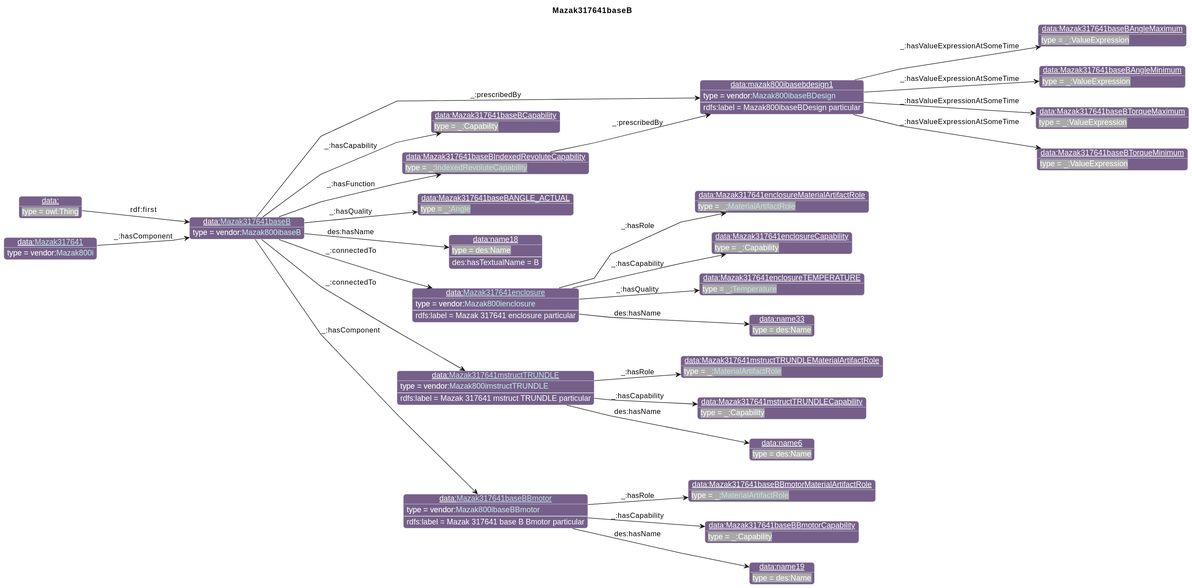
Before: diagrams/Mazak317641baseB.svg, a diagram exported from PlantUML (iofoundry/example-syseng-mtconnect).
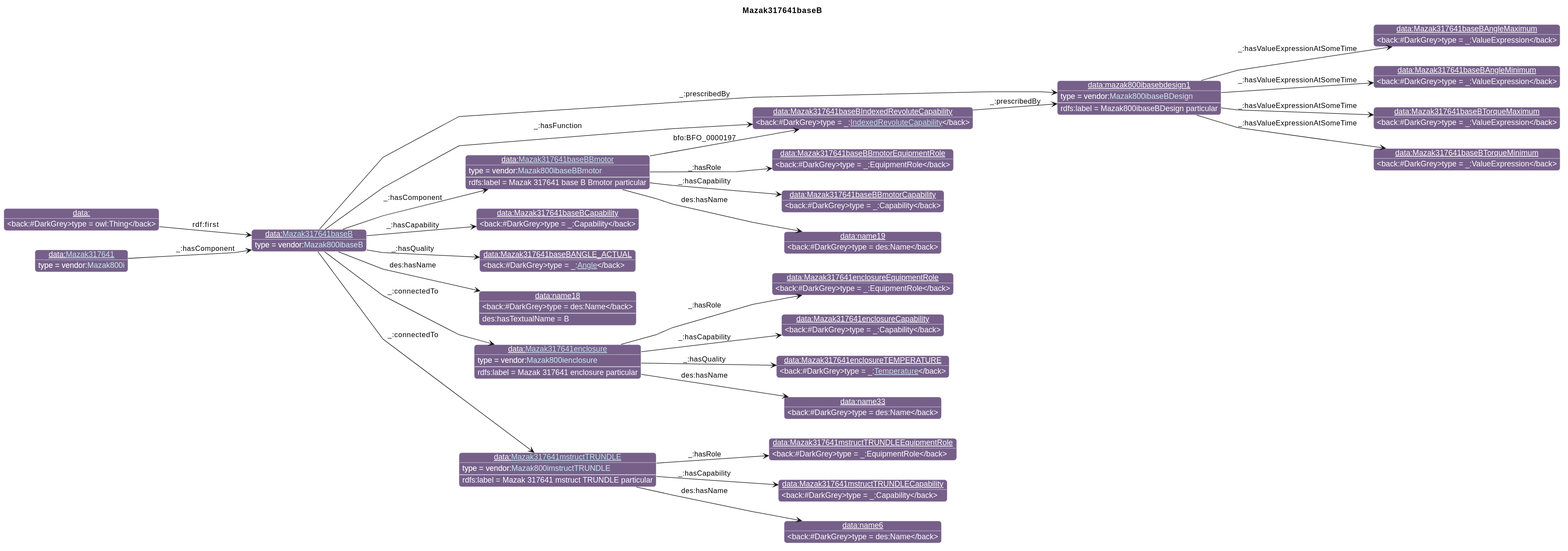
After the change.

What changed in the source:
```diff
@@ -36,16 +36,16 @@
 individual(o8, data:Mazak317641baseBANGLE_ACTUAL, _:[[../MTConnect.html#Angle Angle]])
 individual(o9, data:name18, des:Name)
 individual(o10, data:[[./Mazak317641enclosure.html Mazak317641enclosure]], vendor:[[../Mazak.html#Mazak800ienclosure Mazak800ienclosure]])
-individual(o11, data:Mazak317641enclosureMaterialArtifactRole, _:[[../MTConnect.html#MaterialArtifactRole MaterialArtifactRole]])
+individual(o11, data:Mazak317641enclosureEquipmentRole, _:EquipmentRole)
 individual(o12, data:Mazak317641enclosureCapability, _:Capability)
 individual(o13, data:Mazak317641enclosureTEMPERATURE, _:[[../MTConnect.html#Temperature Temperature]])
 individual(o14, data:name33, des:Name)
 individual(o15, data:[[./Mazak317641mstructTRUNDLE.html Mazak317641mstructTRUNDLE]], vendor:[[../Mazak.html#Mazak800imstructTRUNDLE Mazak800imstructTRUNDLE]])
-individual(o16, data:Mazak317641mstructTRUNDLEMaterialArtifactRole, _:[[../MTConnect.html#MaterialArtifactRole MaterialArtifactRole]])
+individual(o16, data:Mazak317641mstructTRUNDLEEquipmentRole, _:EquipmentRole)
 individual(o17, data:Mazak317641mstructTRUNDLECapability, _:Capability)
 individual(o18, data:name6, des:Name)
 individual(o19, data:[[./Mazak317641baseBBmotor.html Mazak317641baseBBmotor]], vendor:[[../Mazak.html#Mazak800ibaseBBmotor Mazak800ibaseBBmotor]])
-individual(o20, data:Mazak317641baseBBmotorMaterialArtifactRole, _:[[../MTConnect.html#MaterialArtifactRole MaterialArtifactRole]])
+individual(o20, data:Mazak317641baseBBmotorEquipmentRole, _:EquipmentRole)
 individual(o21, data:Mazak317641baseBBmotorCapability, _:Capability)
 individual(o22, data:name19, des:Name)
 individual(o23, data:, owl:Thing)
@@ -75,6 +75,7 @@
 property(o15, "des:hasName", o18)
 property(o0, "_:hasComponent", o19)
 data(o19, "rdfs:label", "Mazak 317641 base B Bmotor particular")
+property(o19, "bfo:BFO_0000197", o7)
 property(o19, "_:hasRole", o20)
 property(o19, "_:hasCapability", o21)
 property(o19, "des:hasName", o22)
```
